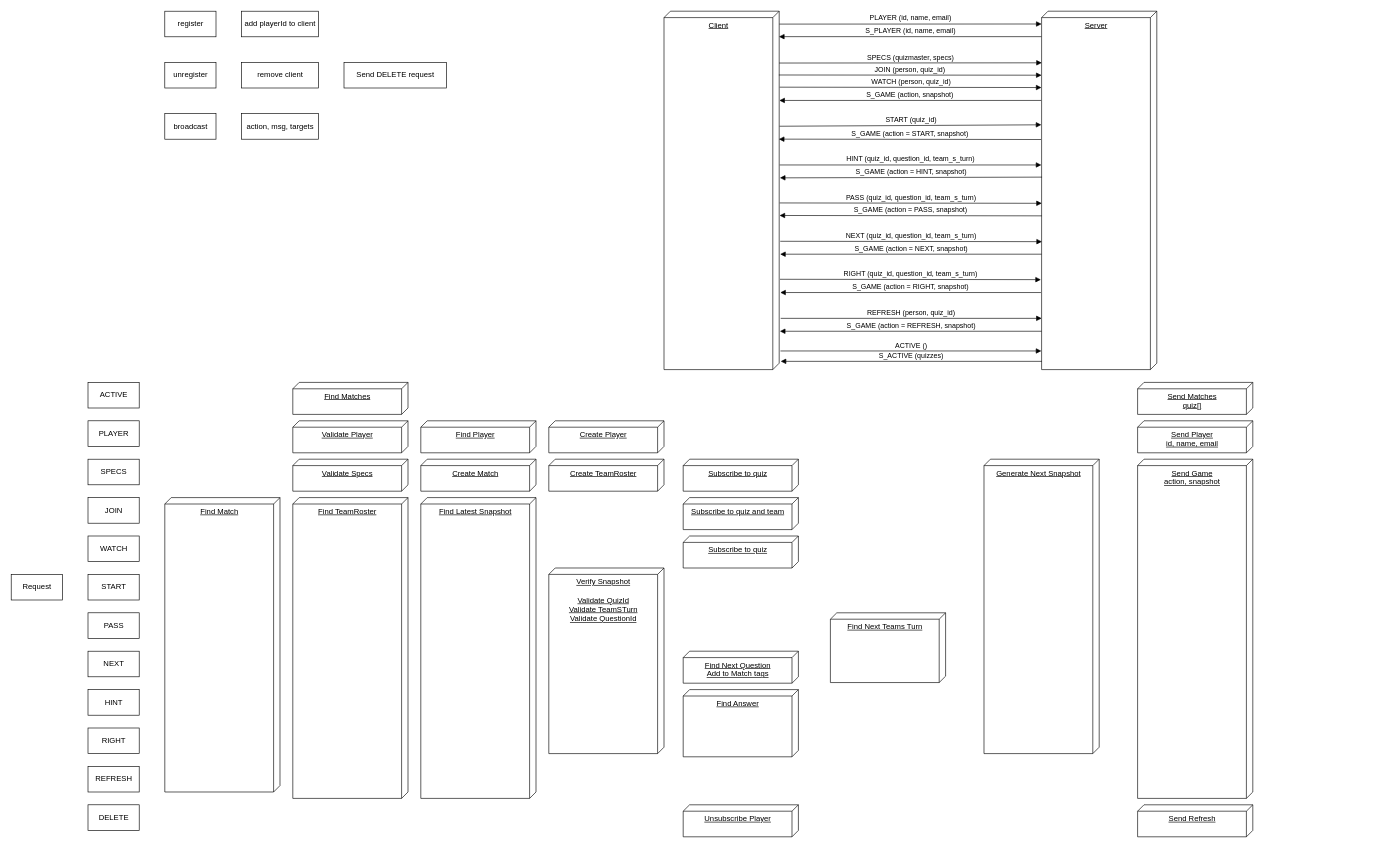
The draw.io diagram server/Binquiz Go API.drawio in atulanand206/find, before the edit. Source tidied: cells renumbered, new cells numbered last; positions are measured from the earlier drawing's top-left corner, leaving out a move shared by most shapes. Both pictures are drawn from the tidied source at 64%, with x=0, y=0 at pixel (11, 11).
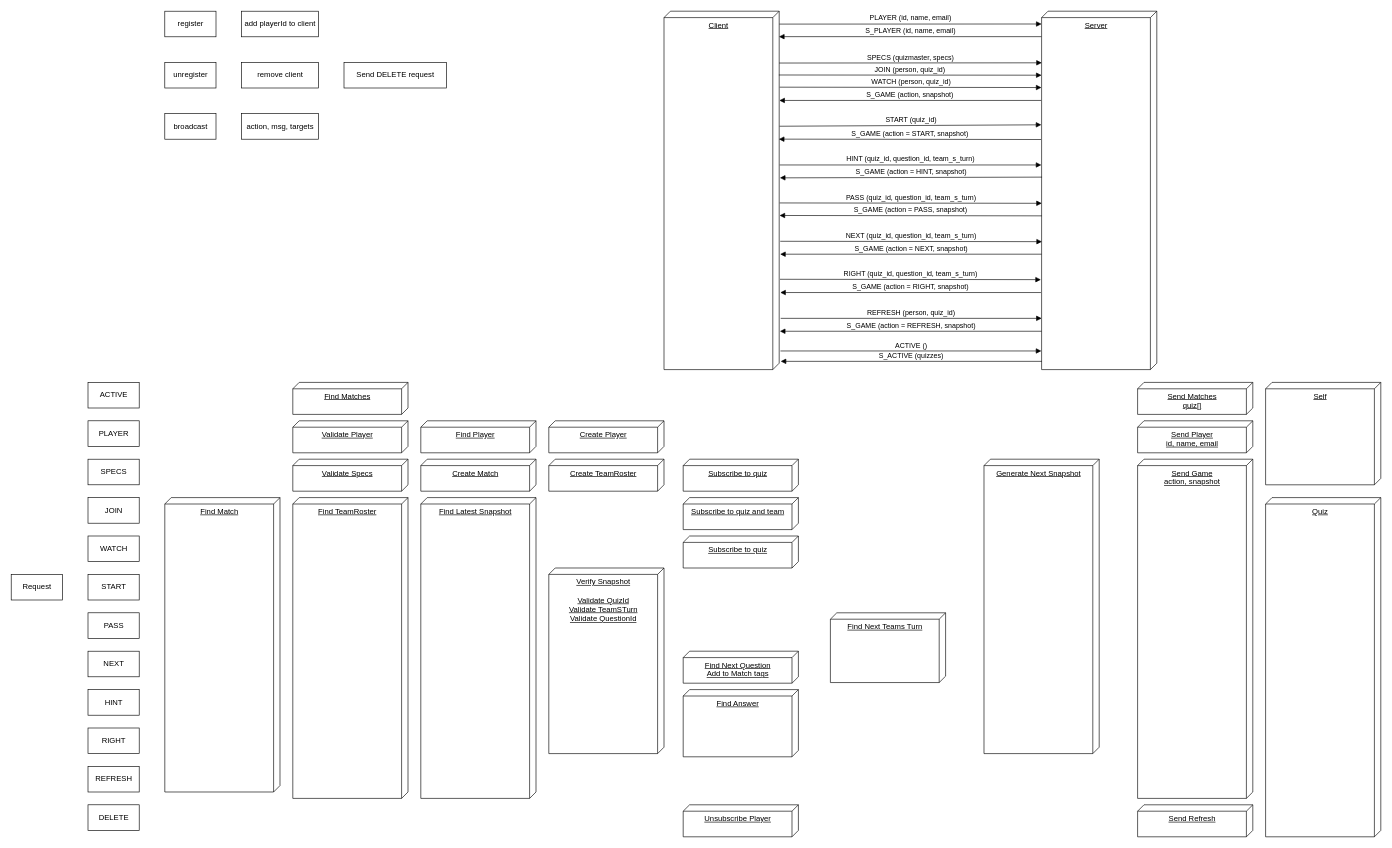
Above is the later version.

Commit message:
comm targets.

The edit, as a diff of the source:
```diff
@@
+    <mxCell id="67" value="Self" style="verticalAlign=top;align=center;spacingTop=8;spacingLeft=2;spacingRight=12;shape=cube;size=10;direction=south;fontStyle=4;html=1;" parent="1" vertex="1">
+      <mxGeometry x="1960" y="580" width="180" height="160" as="geometry" />
+    </mxCell>
+    <mxCell id="68" value="Quiz" style="verticalAlign=top;align=center;spacingTop=8;spacingLeft=2;spacingRight=12;shape=cube;size=10;direction=south;fontStyle=4;html=1;" parent="1" vertex="1">
+      <mxGeometry x="1960" y="760" width="180" height="530" as="geometry" />
+    </mxCell>
```
